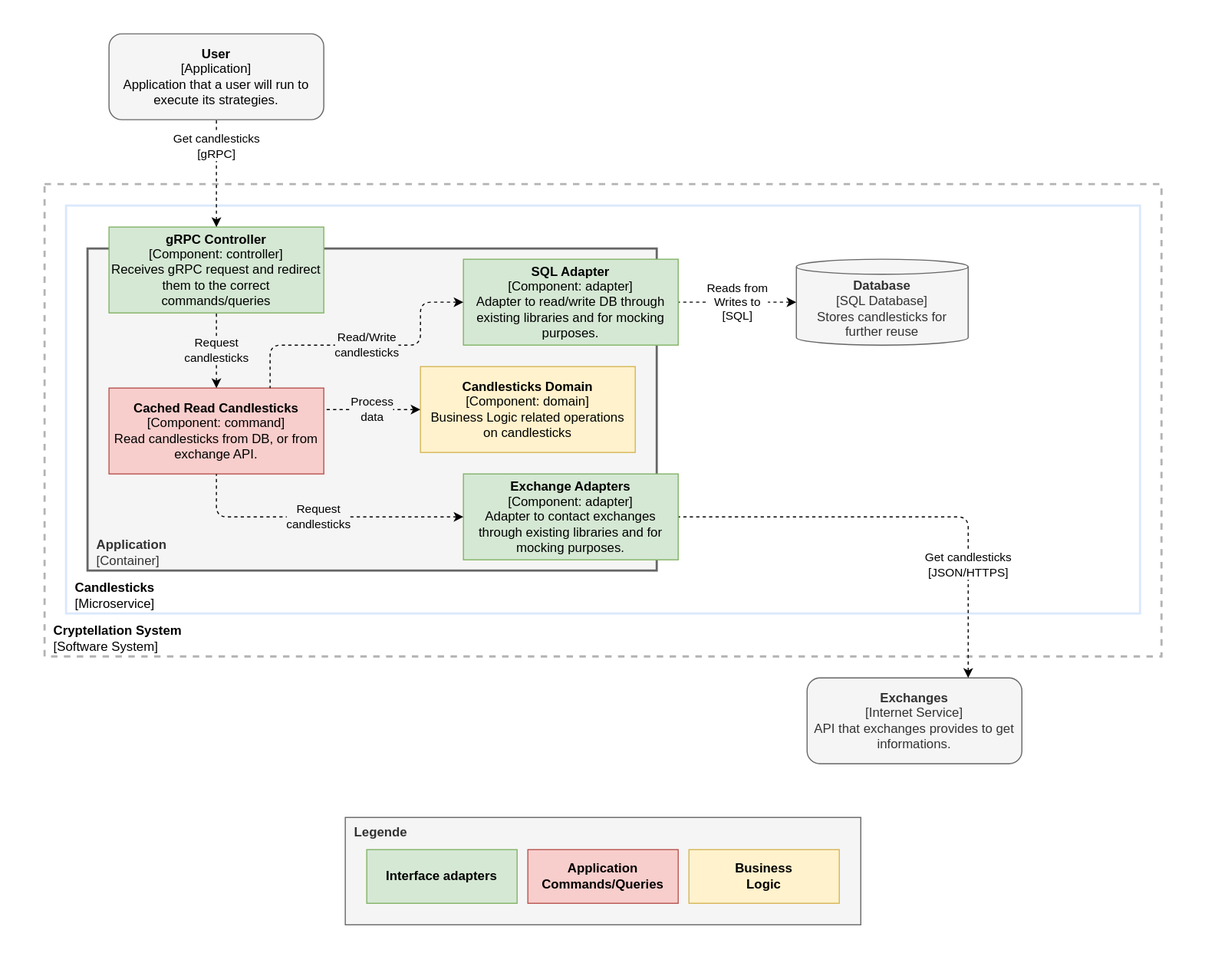
Before: website/docs/services/candlesticks/internal/component-diagram.svg, a diagram exported from draw.io (lerenn/cryptellation). Source tidied: cells renumbered, new cells last; positions are measured from the earlier drawing's top-left corner, leaving out a move shared by most shapes.
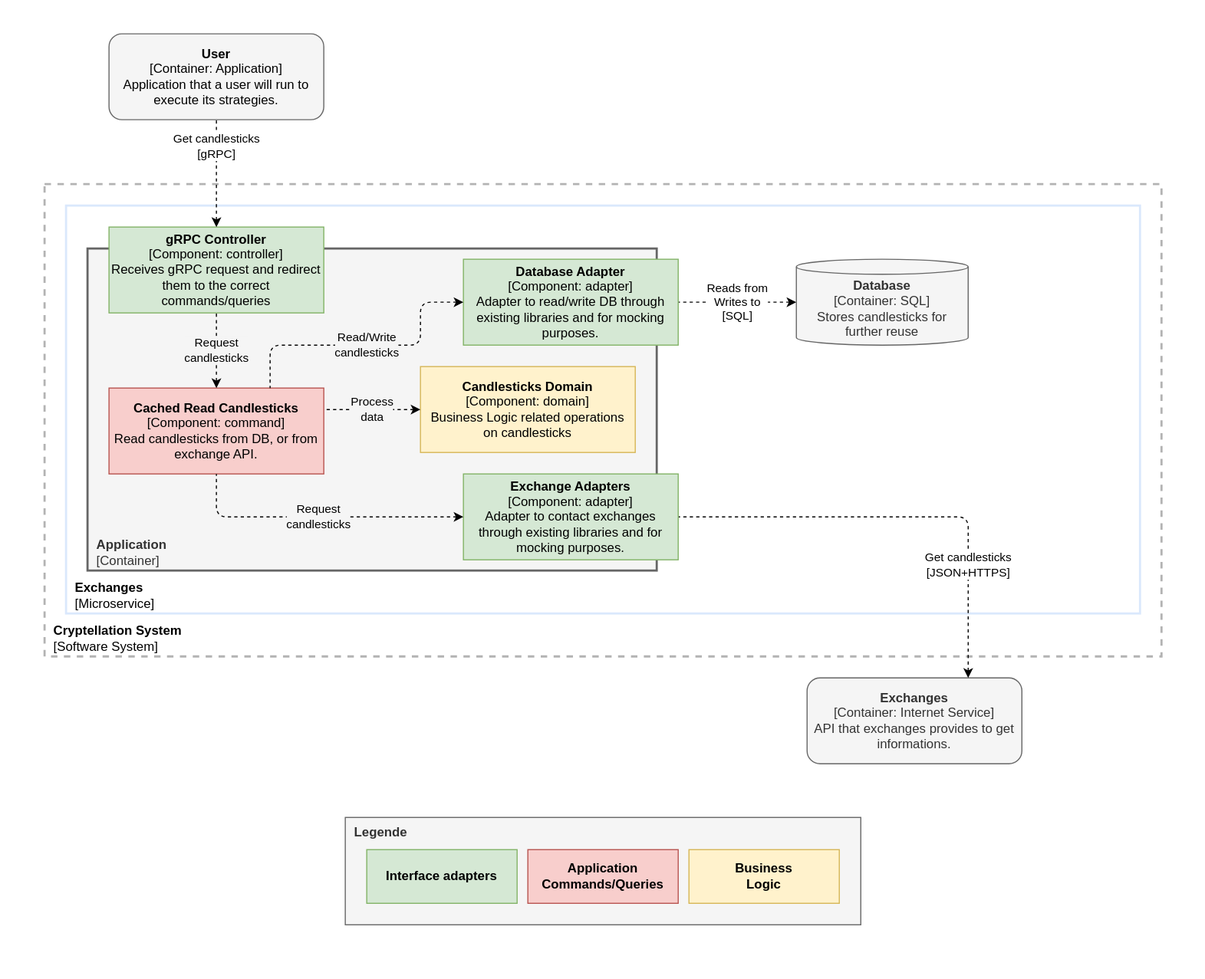
The same file after the commit.

Change to the diagram source:
```diff
@@ -8,7 +8,7 @@
     <mxCell id="3" value="&lt;b style=&quot;&quot;&gt;&amp;nbsp; Cryptellation System&lt;br&gt;&amp;nbsp;&amp;nbsp;&lt;/b&gt;&lt;span style=&quot;&quot;&gt;[Software System]&lt;/span&gt;" style="rounded=0;whiteSpace=wrap;html=1;fillColor=none;dashed=1;strokeWidth=2;strokeColor=#B3B3B3;align=left;verticalAlign=bottom;" parent="1" vertex="1">
       <mxGeometry x="40" y="170" width="1040" height="440" as="geometry" />
     </mxCell>
-    <mxCell id="4" value="&amp;nbsp; &lt;b&gt;Candlesticks&lt;/b&gt;&lt;br&gt;&amp;nbsp; [Microservice]" style="rounded=0;whiteSpace=wrap;html=1;labelBackgroundColor=none;strokeColor=#DAE8FC;strokeWidth=2;fillColor=none;verticalAlign=bottom;align=left;" parent="1" vertex="1">
+    <mxCell id="4" value="&amp;nbsp; &lt;b&gt;Exchanges&lt;/b&gt;&lt;br&gt;&amp;nbsp; [Microservice]" style="rounded=0;whiteSpace=wrap;html=1;labelBackgroundColor=none;strokeColor=#DAE8FC;strokeWidth=2;fillColor=none;verticalAlign=bottom;align=left;" parent="1" vertex="1">
       <mxGeometry x="60" y="190" width="1000" height="380" as="geometry" />
     </mxCell>
     <mxCell id="5" value="&amp;nbsp; &lt;b&gt;Application&lt;/b&gt;&lt;br&gt;&amp;nbsp; [Container]" style="rounded=0;whiteSpace=wrap;html=1;labelBackgroundColor=none;strokeColor=#666666;strokeWidth=2;fillColor=#f5f5f5;verticalAlign=bottom;align=left;fontColor=#333333;" parent="1" vertex="1">
@@ -17,19 +17,19 @@
     <mxCell id="6" value="&lt;b&gt;gRPC Controller&lt;/b&gt;&lt;br&gt;[Component: controller]&lt;br&gt;Receives gRPC request and redirect them to the correct commands/queries" style="rounded=0;whiteSpace=wrap;html=1;fillColor=#d5e8d4;strokeColor=#82b366;" parent="1" vertex="1">
       <mxGeometry x="100" y="210" width="200" height="80" as="geometry" />
     </mxCell>
-    <mxCell id="7" value="&lt;b&gt;Database&lt;/b&gt;&lt;br&gt;[SQL Database]&lt;br&gt;Stores candlesticks for further reuse" style="shape=cylinder3;whiteSpace=wrap;html=1;boundedLbl=1;backgroundOutline=1;size=7;fillColor=#f5f5f5;strokeColor=#666666;fontColor=#333333;" parent="1" vertex="1">
+    <mxCell id="7" value="&lt;b&gt;Database&lt;/b&gt;&lt;br&gt;[Container: SQL]&lt;br&gt;Stores candlesticks for further reuse" style="shape=cylinder3;whiteSpace=wrap;html=1;boundedLbl=1;backgroundOutline=1;size=7;fillColor=#f5f5f5;strokeColor=#666666;fontColor=#333333;" parent="1" vertex="1">
       <mxGeometry x="740" y="240" width="160" height="80" as="geometry" />
     </mxCell>
-    <mxCell id="8" value="&lt;b style=&quot;color: rgb(51 , 51 , 51)&quot;&gt;Exchanges&lt;/b&gt;&lt;br style=&quot;color: rgb(51 , 51 , 51)&quot;&gt;&lt;span style=&quot;color: rgb(51 , 51 , 51)&quot;&gt;[Internet Service]&lt;/span&gt;&lt;br style=&quot;color: rgb(51 , 51 , 51)&quot;&gt;&lt;span style=&quot;color: rgb(51 , 51 , 51)&quot;&gt;API that exchanges provides to get informations.&lt;/span&gt;" style="rounded=1;whiteSpace=wrap;html=1;fillColor=#f5f5f5;fontColor=#333333;strokeColor=#666666;" parent="1" vertex="1">
+    <mxCell id="8" value="&lt;b style=&quot;color: rgb(51 , 51 , 51)&quot;&gt;Exchanges&lt;/b&gt;&lt;br style=&quot;color: rgb(51 , 51 , 51)&quot;&gt;&lt;span style=&quot;color: rgb(51 , 51 , 51)&quot;&gt;[Container: Internet Service]&lt;/span&gt;&lt;br style=&quot;color: rgb(51 , 51 , 51)&quot;&gt;&lt;span style=&quot;color: rgb(51 , 51 , 51)&quot;&gt;API that exchanges provides to get informations.&lt;/span&gt;" style="rounded=1;whiteSpace=wrap;html=1;fillColor=#f5f5f5;fontColor=#333333;strokeColor=#666666;" parent="1" vertex="1">
       <mxGeometry x="750" y="630" width="200" height="80" as="geometry" />
     </mxCell>
-    <mxCell id="9" value="&lt;span style=&quot;color: rgb(0 , 0 , 0) ; font-family: &amp;#34;helvetica&amp;#34; ; font-size: 11px ; font-style: normal ; font-weight: 400 ; letter-spacing: normal ; text-align: center ; text-indent: 0px ; text-transform: none ; word-spacing: 0px ; background-color: rgb(255 , 255 , 255) ; display: inline ; float: none&quot;&gt;Get candlesticks&lt;/span&gt;&lt;br style=&quot;color: rgb(0 , 0 , 0) ; font-family: &amp;#34;helvetica&amp;#34; ; font-size: 11px ; font-style: normal ; font-weight: 400 ; letter-spacing: normal ; text-align: center ; text-indent: 0px ; text-transform: none ; word-spacing: 0px&quot;&gt;&lt;span style=&quot;color: rgb(0 , 0 , 0) ; font-family: &amp;#34;helvetica&amp;#34; ; font-size: 11px ; font-style: normal ; font-weight: 400 ; letter-spacing: normal ; text-align: center ; text-indent: 0px ; text-transform: none ; word-spacing: 0px ; background-color: rgb(255 , 255 , 255) ; display: inline ; float: none&quot;&gt;[JSON/HTTPS]&lt;/span&gt;" style="endArrow=none;dashed=1;html=1;exitX=0.75;exitY=0;exitDx=0;exitDy=0;entryX=1;entryY=0.5;entryDx=0;entryDy=0;edgeStyle=orthogonalEdgeStyle;startArrow=classic;startFill=1;" parent="1" edge="1" source="8" target="13">
+    <mxCell id="9" value="&lt;span style=&quot;color: rgb(0 , 0 , 0) ; font-family: &amp;#34;helvetica&amp;#34; ; font-size: 11px ; font-style: normal ; font-weight: 400 ; letter-spacing: normal ; text-align: center ; text-indent: 0px ; text-transform: none ; word-spacing: 0px ; background-color: rgb(255 , 255 , 255) ; display: inline ; float: none&quot;&gt;Get candlesticks&lt;/span&gt;&lt;br style=&quot;color: rgb(0 , 0 , 0) ; font-family: &amp;#34;helvetica&amp;#34; ; font-size: 11px ; font-style: normal ; font-weight: 400 ; letter-spacing: normal ; text-align: center ; text-indent: 0px ; text-transform: none ; word-spacing: 0px&quot;&gt;&lt;span style=&quot;color: rgb(0 , 0 , 0) ; font-family: &amp;#34;helvetica&amp;#34; ; font-size: 11px ; font-style: normal ; font-weight: 400 ; letter-spacing: normal ; text-align: center ; text-indent: 0px ; text-transform: none ; word-spacing: 0px ; background-color: rgb(255 , 255 , 255) ; display: inline ; float: none&quot;&gt;[JSON+HTTPS]&lt;/span&gt;" style="endArrow=none;dashed=1;html=1;exitX=0.75;exitY=0;exitDx=0;exitDy=0;entryX=1;entryY=0.5;entryDx=0;entryDy=0;edgeStyle=orthogonalEdgeStyle;startArrow=classic;startFill=1;" parent="1" edge="1" source="8" target="13">
       <mxGeometry x="-0.5" relative="1" as="geometry" />
     </mxCell>
     <mxCell id="10" value="&lt;font face=&quot;helvetica&quot;&gt;Reads from&lt;br&gt;Writes to&lt;br&gt;[SQL]&lt;br&gt;&lt;/font&gt;" style="endArrow=none;dashed=1;html=1;exitX=0;exitY=0.5;exitDx=0;exitDy=0;entryX=1;entryY=0.5;entryDx=0;entryDy=0;edgeStyle=orthogonalEdgeStyle;startArrow=classic;startFill=1;exitPerimeter=0;" parent="1" edge="1" source="7" target="14">
       <mxGeometry relative="1" as="geometry" />
     </mxCell>
-    <mxCell id="11" value="&lt;b style=&quot;color: rgb(0 , 0 , 0) ; font-family: &amp;#34;helvetica&amp;#34; ; font-size: 12px ; font-style: normal ; letter-spacing: normal ; text-align: center ; text-indent: 0px ; text-transform: none ; word-spacing: 0px&quot;&gt;User&lt;/b&gt;&lt;br style=&quot;color: rgb(0 , 0 , 0) ; font-family: &amp;#34;helvetica&amp;#34; ; font-size: 12px ; font-style: normal ; font-weight: 400 ; letter-spacing: normal ; text-align: center ; text-indent: 0px ; text-transform: none ; word-spacing: 0px&quot;&gt;&lt;span style=&quot;color: rgb(0 , 0 , 0) ; font-family: &amp;#34;helvetica&amp;#34; ; font-size: 12px ; font-style: normal ; font-weight: 400 ; letter-spacing: normal ; text-align: center ; text-indent: 0px ; text-transform: none ; word-spacing: 0px ; display: inline ; float: none&quot;&gt;[Application]&lt;/span&gt;&lt;br style=&quot;color: rgb(0 , 0 , 0) ; font-family: &amp;#34;helvetica&amp;#34; ; font-size: 12px ; font-style: normal ; font-weight: 400 ; letter-spacing: normal ; text-align: center ; text-indent: 0px ; text-transform: none ; word-spacing: 0px&quot;&gt;&lt;span style=&quot;color: rgb(0 , 0 , 0) ; font-family: &amp;#34;helvetica&amp;#34; ; font-size: 12px ; font-style: normal ; font-weight: 400 ; letter-spacing: normal ; text-align: center ; text-indent: 0px ; text-transform: none ; word-spacing: 0px ; display: inline ; float: none&quot;&gt;Application that a user will run to execute its strategies.&lt;/span&gt;" style="rounded=1;whiteSpace=wrap;html=1;strokeColor=#666666;strokeWidth=1;fillColor=#f5f5f5;fontColor=#333333;" parent="1" vertex="1">
+    <mxCell id="11" value="&lt;b style=&quot;color: rgb(0 , 0 , 0) ; font-family: &amp;#34;helvetica&amp;#34; ; font-size: 12px ; font-style: normal ; letter-spacing: normal ; text-align: center ; text-indent: 0px ; text-transform: none ; word-spacing: 0px&quot;&gt;User&lt;/b&gt;&lt;br style=&quot;color: rgb(0 , 0 , 0) ; font-family: &amp;#34;helvetica&amp;#34; ; font-size: 12px ; font-style: normal ; font-weight: 400 ; letter-spacing: normal ; text-align: center ; text-indent: 0px ; text-transform: none ; word-spacing: 0px&quot;&gt;&lt;span style=&quot;color: rgb(0 , 0 , 0) ; font-family: &amp;#34;helvetica&amp;#34; ; font-size: 12px ; font-style: normal ; font-weight: 400 ; letter-spacing: normal ; text-align: center ; text-indent: 0px ; text-transform: none ; word-spacing: 0px ; display: inline ; float: none&quot;&gt;[Container: Application]&lt;/span&gt;&lt;br style=&quot;color: rgb(0 , 0 , 0) ; font-family: &amp;#34;helvetica&amp;#34; ; font-size: 12px ; font-style: normal ; font-weight: 400 ; letter-spacing: normal ; text-align: center ; text-indent: 0px ; text-transform: none ; word-spacing: 0px&quot;&gt;&lt;span style=&quot;color: rgb(0 , 0 , 0) ; font-family: &amp;#34;helvetica&amp;#34; ; font-size: 12px ; font-style: normal ; font-weight: 400 ; letter-spacing: normal ; text-align: center ; text-indent: 0px ; text-transform: none ; word-spacing: 0px ; display: inline ; float: none&quot;&gt;Application that a user will run to execute its strategies.&lt;/span&gt;" style="rounded=1;whiteSpace=wrap;html=1;strokeColor=#666666;strokeWidth=1;fillColor=#f5f5f5;fontColor=#333333;" parent="1" vertex="1">
       <mxGeometry x="100" y="30" width="200" height="80" as="geometry" />
     </mxCell>
     <mxCell id="12" value="&lt;font face=&quot;helvetica&quot;&gt;Get candlesticks&lt;br&gt;[gRPC]&lt;br&gt;&lt;/font&gt;" style="endArrow=none;dashed=1;html=1;entryX=0.5;entryY=1;entryDx=0;entryDy=0;edgeStyle=orthogonalEdgeStyle;startArrow=classic;startFill=1;exitX=0.5;exitY=0;exitDx=0;exitDy=0;" parent="1" edge="1" source="6" target="11">
@@ -38,7 +38,7 @@
     <mxCell id="13" value="&lt;b&gt;Exchange Adapters&lt;/b&gt;&lt;br&gt;[Component: adapter]&lt;br&gt;Adapter to contact exchanges through existing libraries and for mocking purposes." style="rounded=0;whiteSpace=wrap;html=1;fillColor=#d5e8d4;strokeColor=#82b366;" parent="1" vertex="1">
       <mxGeometry x="430" y="440" width="200" height="80" as="geometry" />
     </mxCell>
-    <mxCell id="14" value="&lt;b&gt;SQL Adapter&lt;/b&gt;&lt;br&gt;[Component: adapter]&lt;br&gt;Adapter to read/write DB through existing libraries and for mocking purposes." style="rounded=0;whiteSpace=wrap;html=1;fillColor=#d5e8d4;strokeColor=#82b366;" parent="1" vertex="1">
+    <mxCell id="14" value="&lt;b&gt;Database Adapter&lt;/b&gt;&lt;br&gt;[Component: adapter]&lt;br&gt;Adapter to read/write DB through existing libraries and for mocking purposes." style="rounded=0;whiteSpace=wrap;html=1;fillColor=#d5e8d4;strokeColor=#82b366;" parent="1" vertex="1">
       <mxGeometry x="430" y="240" width="200" height="80" as="geometry" />
     </mxCell>
     <mxCell id="15" value="&lt;b&gt;Cached Read Candlesticks&lt;/b&gt;&lt;br&gt;[Component: command]&lt;br&gt;Read candlesticks from DB, or from exchange API." style="rounded=0;whiteSpace=wrap;html=1;fillColor=#f8cecc;strokeColor=#b85450;" parent="1" vertex="1">
```
